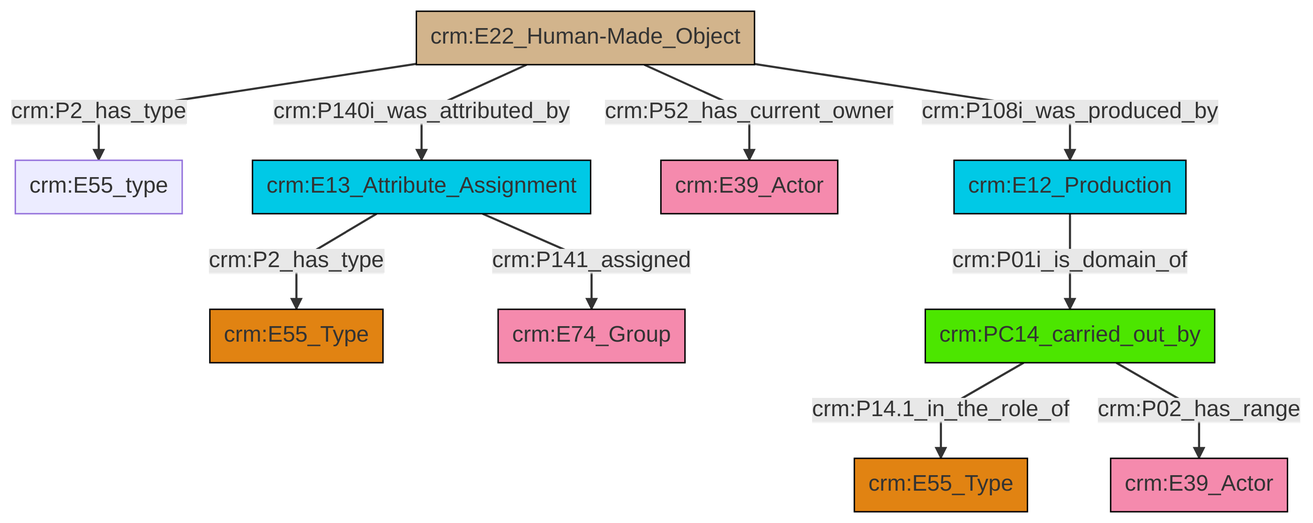
swiss-art-research-net/docs.swissartresearch keeps this Mermaid diagram as et/builtWorkCSV/ttl/mmd/png/Built_Work_actor_relations.png. Above is the earlier version. Its source is kept beside it as et/builtWorkCSV/ttl/mmd/Built_Work_actor_relations.ttl.mmd.
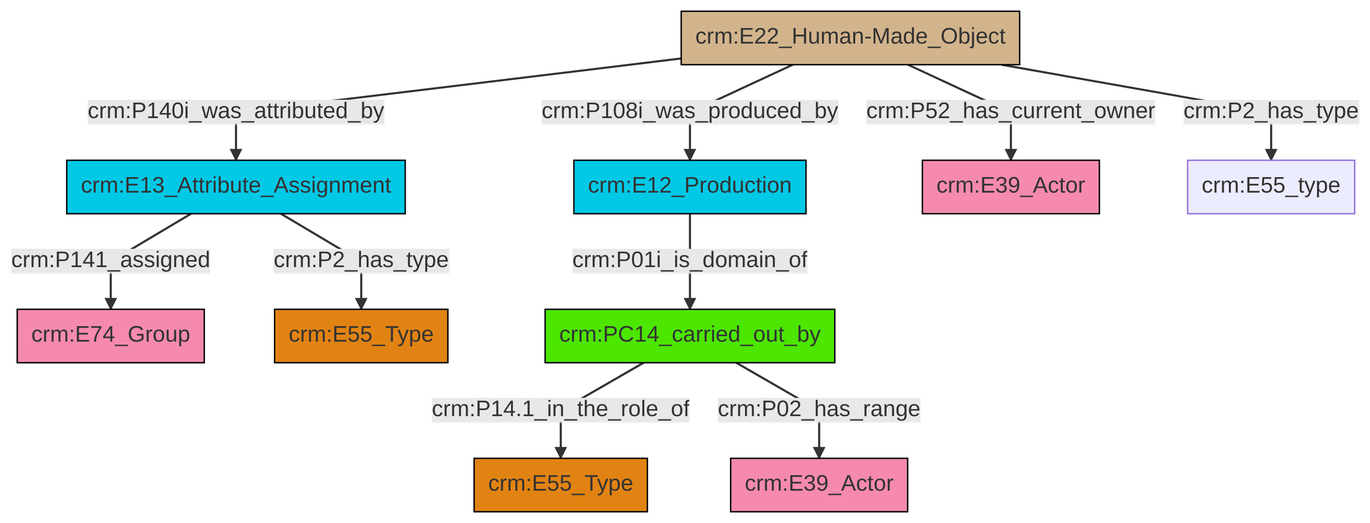
After the change.

Diff of the diagram source:
```diff
@@ -13,12 +13,12 @@
 classDef PC_Classes fill:#4ce600, stroke:#000000;
 classDef Multi fill:#cccccc,stroke:#000000;
 
-2["crm:E22_Human-Made_Object"]:::Physical_Thing -->|crm:P140i_was_attributed_by| 3["crm:E13_Attribute_Assignment"]:::Temporal_Entity
-2["crm:E22_Human-Made_Object"]:::Physical_Thing -->|crm:P108i_was_produced_by| 10["crm:E12_Production"]:::Temporal_Entity
-2["crm:E22_Human-Made_Object"]:::Physical_Thing -->|crm:P2_has_type| 0["crm:E55_type"]:::Default
-2["crm:E22_Human-Made_Object"]:::Physical_Thing -->|crm:P52_has_current_owner| 8["crm:E39_Actor"]:::Actor
-10["crm:E12_Production"]:::Temporal_Entity -->|crm:P01i_is_domain_of| 18["crm:PC14_carried_out_by"]:::PC_Classes
-3["crm:E13_Attribute_Assignment"]:::Temporal_Entity -->|crm:P2_has_type| 4["crm:E55_Type"]:::Type
-18["crm:PC14_carried_out_by"]:::PC_Classes -->|crm:P14.1_in_the_role_of| 6["crm:E55_Type"]:::Type
-3["crm:E13_Attribute_Assignment"]:::Temporal_Entity -->|crm:P141_assigned| 16["crm:E74_Group"]:::Actor
-18["crm:PC14_carried_out_by"]:::PC_Classes -->|crm:P02_has_range| 12["crm:E39_Actor"]:::Actor
+0["crm:E22_Human-Made_Object"]:::Physical_Thing -->|crm:P108i_was_produced_by| 8["crm:E12_Production"]:::Temporal_Entity
+0["crm:E22_Human-Made_Object"]:::Physical_Thing -->|crm:P140i_was_attributed_by| 4["crm:E13_Attribute_Assignment"]:::Temporal_Entity
+4["crm:E13_Attribute_Assignment"]:::Temporal_Entity -->|crm:P2_has_type| 9["crm:E55_Type"]:::Type
+10["crm:PC14_carried_out_by"]:::PC_Classes -->|crm:P14.1_in_the_role_of| 11["crm:E55_Type"]:::Type
+10["crm:PC14_carried_out_by"]:::PC_Classes -->|crm:P02_has_range| 6["crm:E39_Actor"]:::Actor
+0["crm:E22_Human-Made_Object"]:::Physical_Thing -->|crm:P2_has_type| 16["crm:E55_type"]:::Default
+0["crm:E22_Human-Made_Object"]:::Physical_Thing -->|crm:P52_has_current_owner| 13["crm:E39_Actor"]:::Actor
+4["crm:E13_Attribute_Assignment"]:::Temporal_Entity -->|crm:P141_assigned| 2["crm:E74_Group"]:::Actor
+8["crm:E12_Production"]:::Temporal_Entity -->|crm:P01i_is_domain_of| 10["crm:PC14_carried_out_by"]:::PC_Classes
```
